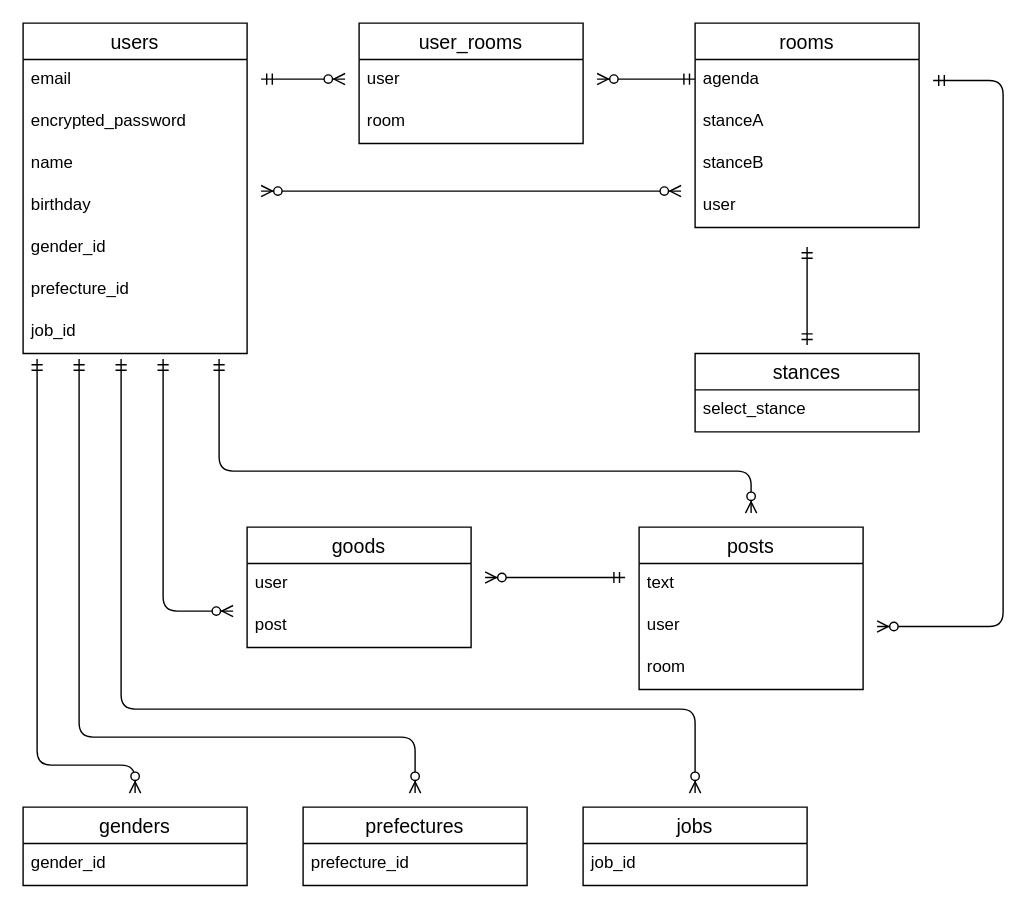
The draw.io diagram bin/ER.dio in massan7251/breakpoint_app, before the edit. Source tidied: cells renumbered, new cells numbered last; positions are measured from the earlier drawing's top-left corner, leaving out a move shared by most shapes. Both pictures are drawn from the tidied source at 140%, with x=0, y=0 at pixel (22, 22).
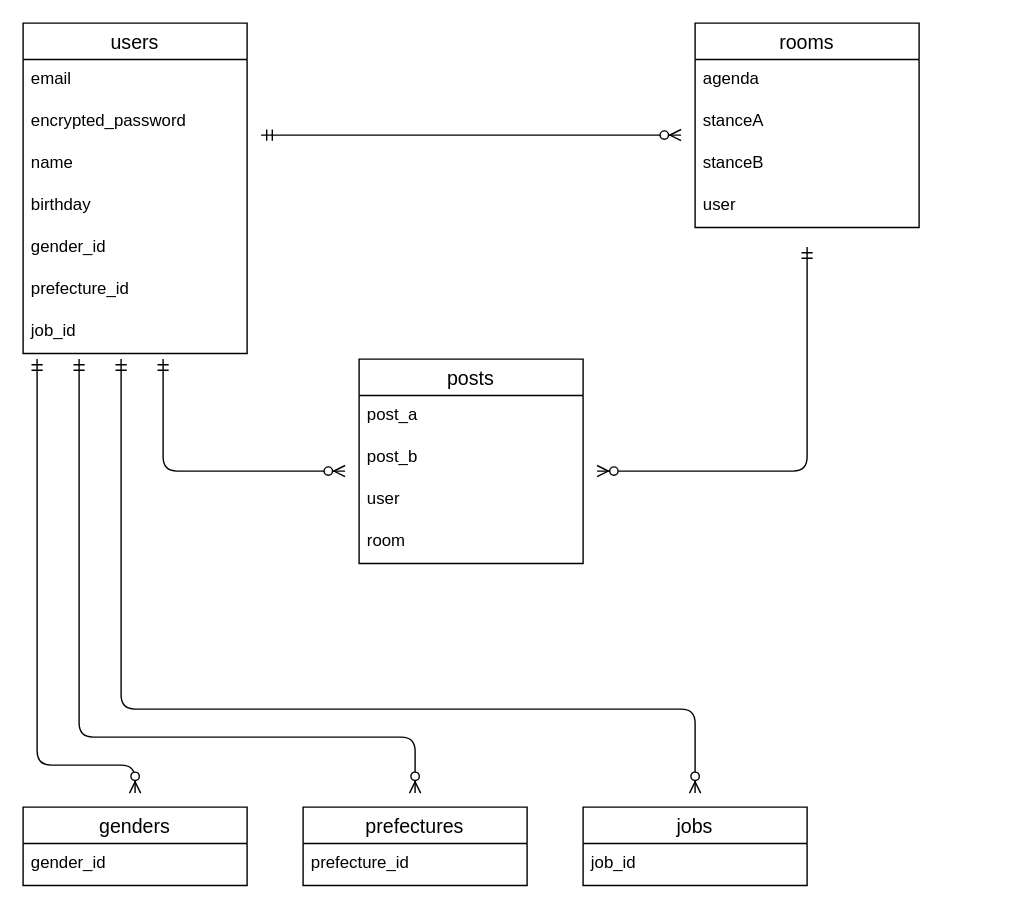
After the change.

Diff of the diagram source:
```diff
@@
-    <mxCell id="10" value="stances" style="swimlane;fontStyle=0;horizontal=1;startSize=26;align=center;fontSize=14;" parent="1" vertex="1">
-      <mxGeometry x="480" y="236" width="160" height="56" as="geometry" />
-    </mxCell>
-    <mxCell id="11" value="select_stance" style="text;strokeColor=none;fillColor=none;spacingLeft=4;spacingRight=4;overflow=hidden;fontSize=12;" parent="10" vertex="1">
-      <mxGeometry y="26" width="160" height="30" as="geometry" />
-    </mxCell>
     <mxCell id="12" value="posts" style="swimlane;fontStyle=0;horizontal=1;startSize=26;align=center;fontSize=14;" parent="1" vertex="1">
-      <mxGeometry x="440" y="360" width="160" height="116" as="geometry" />
+      <mxGeometry x="240" y="240" width="160" height="146" as="geometry" />
     </mxCell>
-    <mxCell id="13" value="text" style="text;strokeColor=none;fillColor=none;spacingLeft=4;spacingRight=4;overflow=hidden;fontSize=12;" parent="12" vertex="1">
+    <mxCell id="13" value="post_a" style="text;strokeColor=none;fillColor=none;spacingLeft=4;spacingRight=4;overflow=hidden;fontSize=12;" parent="12" vertex="1">
       <mxGeometry y="26" width="160" height="30" as="geometry" />
     </mxCell>
+    <mxCell id="44" value="post_b" style="text;strokeColor=none;fillColor=none;spacingLeft=4;spacingRight=4;overflow=hidden;fontSize=12;" parent="12" vertex="1">
+      <mxGeometry y="56" width="160" height="30" as="geometry" />
+    </mxCell>
     <mxCell id="14" value="user" style="text;strokeColor=none;fillColor=none;spacingLeft=4;spacingRight=4;overflow=hidden;fontSize=12;" parent="12" vertex="1">
-      <mxGeometry y="56" width="160" height="30" as="geometry" />
+      <mxGeometry y="86" width="160" height="30" as="geometry" />
     </mxCell>
     <mxCell id="15" value="room" style="text;strokeColor=none;fillColor=none;spacingLeft=4;spacingRight=4;overflow=hidden;fontSize=12;" parent="12" vertex="1">
-      <mxGeometry y="86" width="160" height="30" as="geometry" />
+      <mxGeometry y="116" width="160" height="30" as="geometry" />
     </mxCell>
@@
-    <mxCell id="21" value="user_rooms" style="swimlane;fontStyle=0;horizontal=1;startSize=26;align=center;fontSize=14;" parent="1" vertex="1">
-      <mxGeometry x="240" width="160" height="86" as="geometry" />
-    </mxCell>
-    <mxCell id="22" value="user" style="text;strokeColor=none;fillColor=none;spacingLeft=4;spacingRight=4;overflow=hidden;fontSize=12;" parent="21" vertex="1">
-      <mxGeometry y="26" width="160" height="30" as="geometry" />
-    </mxCell>
-    <mxCell id="23" value="room" style="text;strokeColor=none;fillColor=none;spacingLeft=4;spacingRight=4;overflow=hidden;fontSize=12;" parent="21" vertex="1">
-      <mxGeometry y="56" width="160" height="30" as="geometry" />
-    </mxCell>
-    <mxCell id="24" style="fontSize=12;html=1;endArrow=ERzeroToMany;startArrow=ERmandOne;" parent="1" edge="1">
+    <mxCell id="24" style="fontSize=12;html=1;endArrow=ERzeroToMany;startArrow=ERmandOne;edgeStyle=orthogonalEdgeStyle;" parent="1" edge="1">
       <mxGeometry relative="1" as="geometry">
-        <mxPoint x="480" y="40" as="sourcePoint" />
-        <mxPoint x="410" y="40" as="targetPoint" />
+        <mxPoint x="560" y="160" as="sourcePoint" />
+        <mxPoint x="410" y="320" as="targetPoint" />
+        <Array as="points">
+          <mxPoint x="560" y="320" />
+        </Array>
       </mxGeometry>
     </mxCell>
-    <mxCell id="25" style="edgeStyle=orthogonalEdgeStyle;fontSize=12;html=1;endArrow=ERzeroToMany;endFill=1;startArrow=ERzeroToMany;" parent="1" edge="1">
-      <mxGeometry relative="1" as="geometry">
-        <mxPoint x="170" y="120" as="sourcePoint" />
-        <mxPoint x="470" y="120" as="targetPoint" />
-        <Array as="points">
-          <mxPoint x="170" y="120" />
-          <mxPoint x="520" y="120" />
-        </Array>
-      </mxGeometry>
-    </mxCell>
     <mxCell id="26" style="edgeStyle=entityRelationEdgeStyle;fontSize=12;html=1;endArrow=ERzeroToMany;startArrow=ERmandOne;" parent="1" edge="1">
       <mxGeometry relative="1" as="geometry">
-        <mxPoint x="170" y="40" as="sourcePoint" />
-        <mxPoint x="230" y="40" as="targetPoint" />
+        <mxPoint x="170" y="80" as="sourcePoint" />
+        <mxPoint x="470" y="80" as="targetPoint" />
       </mxGeometry>
     </mxCell>
-    <mxCell id="27" style="edgeStyle=orthogonalEdgeStyle;fontSize=12;html=1;endArrow=ERzeroToMany;startArrow=ERmandOne;" parent="1" edge="1">
-      <mxGeometry relative="1" as="geometry">
-        <mxPoint x="140" y="240" as="sourcePoint" />
-        <mxPoint x="520" y="350" as="targetPoint" />
-        <Array as="points">
-          <mxPoint x="140" y="320" />
-          <mxPoint x="520" y="320" />
-        </Array>
-      </mxGeometry>
-    </mxCell>
@@
-    <mxCell id="37" style="edgeStyle=orthogonalEdgeStyle;fontSize=12;html=1;endArrow=ERzeroToMany;startArrow=ERmandOne;" parent="1" edge="1">
-      <mxGeometry relative="1" as="geometry">
-        <mxPoint x="650" y="41" as="sourcePoint" />
-        <mxPoint x="610" y="431" as="targetPoint" />
-        <Array as="points">
-          <mxPoint x="700" y="41" />
-          <mxPoint x="700" y="431" />
-        </Array>
-      </mxGeometry>
-    </mxCell>
-    <mxCell id="38" value="goods" style="swimlane;fontStyle=0;horizontal=1;startSize=26;align=center;fontSize=14;" parent="1" vertex="1">
-      <mxGeometry x="160" y="360" width="160" height="86" as="geometry" />
-    </mxCell>
-    <mxCell id="39" value="user" style="text;strokeColor=none;fillColor=none;spacingLeft=4;spacingRight=4;overflow=hidden;fontSize=12;" parent="38" vertex="1">
-      <mxGeometry y="26" width="160" height="30" as="geometry" />
-    </mxCell>
-    <mxCell id="40" value="post" style="text;strokeColor=none;fillColor=none;spacingLeft=4;spacingRight=4;overflow=hidden;fontSize=12;" parent="38" vertex="1">
-      <mxGeometry y="56" width="160" height="30" as="geometry" />
-    </mxCell>
     <mxCell id="41" style="edgeStyle=orthogonalEdgeStyle;fontSize=12;html=1;endArrow=ERzeroToMany;startArrow=ERmandOne;" parent="1" edge="1">
       <mxGeometry relative="1" as="geometry">
         <mxPoint x="100" y="240" as="sourcePoint" />
-        <mxPoint x="150" y="420" as="targetPoint" />
+        <mxPoint x="230" y="320" as="targetPoint" />
         <Array as="points">
-          <mxPoint x="100" y="420" />
+          <mxPoint x="100" y="320" />
         </Array>
       </mxGeometry>
     </mxCell>
-    <mxCell id="42" style="fontSize=12;html=1;endArrow=ERzeroToMany;startArrow=ERmandOne;" parent="1" edge="1">
-      <mxGeometry relative="1" as="geometry">
-        <mxPoint x="430" y="396" as="sourcePoint" />
-        <mxPoint x="330" y="396" as="targetPoint" />
-      </mxGeometry>
-    </mxCell>
-    <mxCell id="43" style="fontSize=12;html=1;endArrow=ERmandOne;startArrow=ERmandOne;" parent="1" edge="1">
-      <mxGeometry relative="1" as="geometry">
-        <mxPoint x="560" y="230" as="sourcePoint" />
-        <mxPoint x="560" y="160" as="targetPoint" />
-      </mxGeometry>
-    </mxCell>
```
